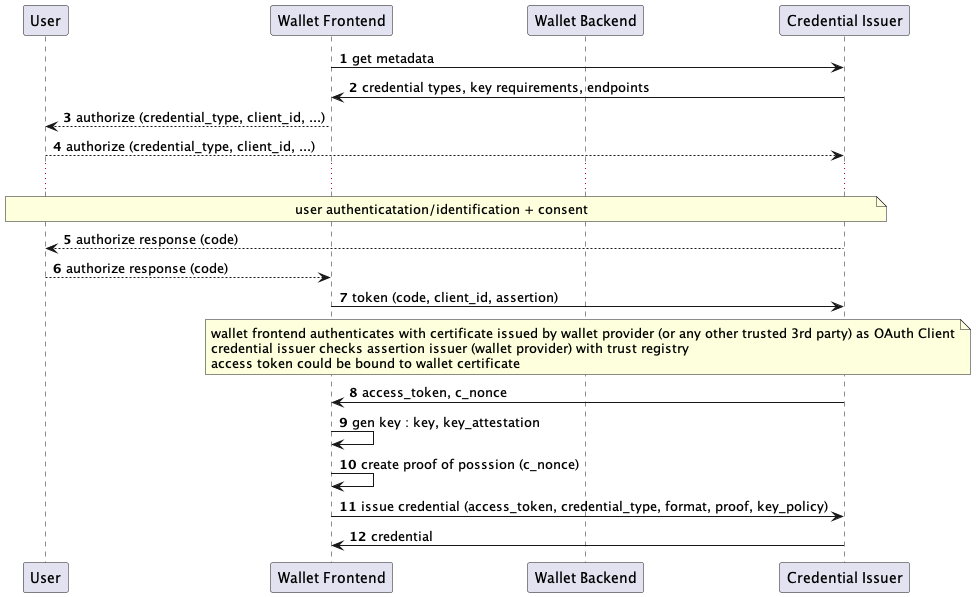
Earlier version of the PlantUML export diagrams/attestation_native_app_client_cert.png (openid/OpenID4VCI).
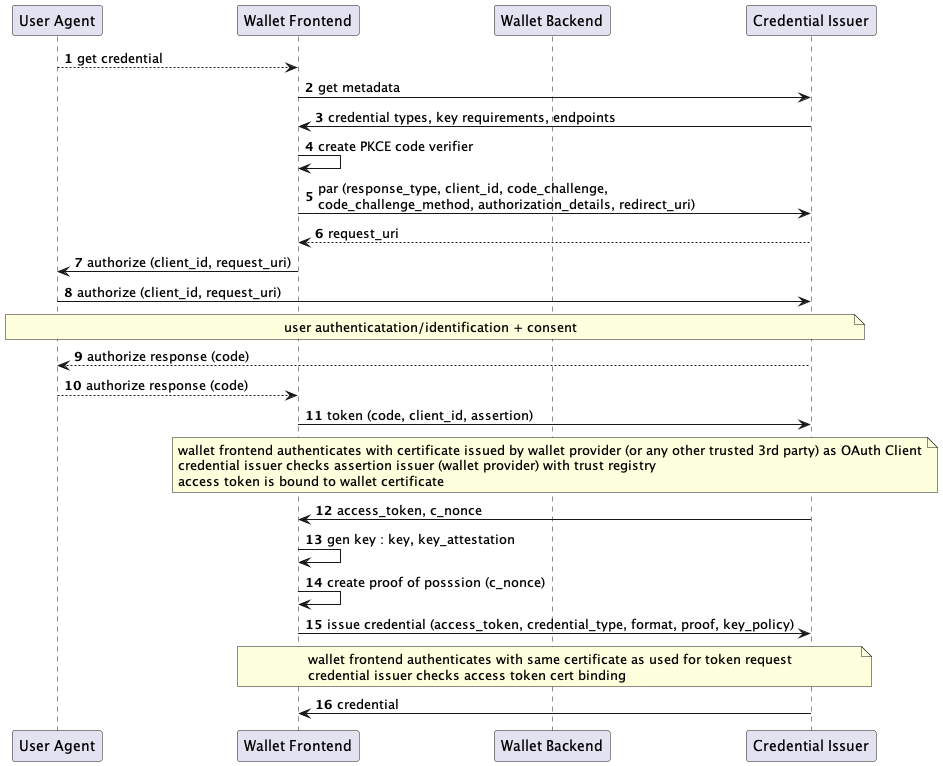
The same file after the commit.

Diff of the diagram source:
```diff
@@ -1,23 +1,32 @@
 @startuml
 autonumber
-participant User as u
+participant "User Agent" as u
 participant "Wallet Frontend" as w
 participant "Wallet Backend" as b
 participant "Credential Issuer" as i
 
+u --> w: get credential
+
 w -> i: get metadata
 i -> w: credential types, key requirements, endpoints
-w --> u : authorize (credential_type, client_id, ...)
-u --> i: authorize (credential_type, client_id, ...)
-...
+w -> w : create PKCE code verifier
+
+w -> i : par (response_type, client_id, code_challenge,\ncode_challenge_method, authorization_details, redirect_uri)
+
+i --> w : request_uri
+
+
+w -> u: authorize (client_id, request_uri)
+u -> i: authorize (client_id, request_uri)
 note over u, i: user authenticatation/identification + consent
 i --> u : authorize response (code)
 u --> w: authorize response (code)
 w -> i : token (code, client_id, assertion)
-note over w, i: wallet frontend authenticates with certificate issued by wallet provider (or any other trusted 3rd party) as OAuth Client\ncredential issuer checks assertion issuer (wallet provider) with trust registry\naccess token could be bound to wallet certificate
+note over w, i: wallet frontend authenticates with certificate issued by wallet provider (or any other trusted 3rd party) as OAuth Client\ncredential issuer checks assertion issuer (wallet provider) with trust registry\naccess token is bound to wallet certificate
 i -> w : access_token, c_nonce
 w -> w : gen key : key, key_attestation
 w -> w : create proof of posssion (c_nonce)
 w -> i : issue credential (access_token, credential_type, format, proof, key_policy)
+note over w, i: wallet frontend authenticates with same certificate as used for token request\ncredential issuer checks access token cert binding
 i -> w : credential
 @enduml
```
